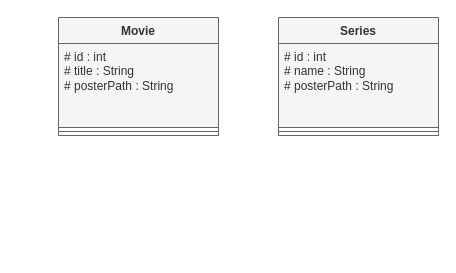
isunican/App-Movies-Grupo2 keeps this draw.io diagram as Docs/Models/domain.drawio. Above is the earlier version. Source tidied: cells renumbered, new cells numbered last; positions are measured from the earlier drawing's top-left corner, leaving out a move shared by most shapes. Both pictures are drawn from the tidied source at 100%, with x=0, y=0 at pixel (58, 17).
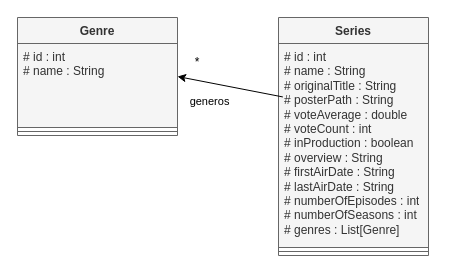
The same page after the edit.

Diff of the diagram source:
```diff
@@
 <mxGraphModel>
   <root>
     <mxCell id="0" />
     <mxCell id="1" parent="0" />
-    <mxCell id="2" value="Movie" style="swimlane;fontStyle=1;align=center;verticalAlign=top;horizontal=1;startSize=26;whiteSpace=wrap;html=1;fillColor=#f5f5f5;strokeColor=#666666;fontColor=#333333;" parent="1" vertex="1">
-      <mxGeometry width="160" height="118" as="geometry" />
-    </mxCell>
-    <mxCell id="3" value="# id : int&lt;div&gt;# title : String&lt;/div&gt;&lt;div&gt;# posterPath : String&lt;/div&gt;&lt;div&gt;&lt;br&gt;&lt;/div&gt;" style="text;strokeColor=#666666;fillColor=#f5f5f5;align=left;verticalAlign=top;spacingLeft=4;spacingRight=4;overflow=hidden;whiteSpace=wrap;html=1;fontColor=#333333;" parent="2" vertex="1">
-      <mxGeometry y="26" width="160" height="84" as="geometry" />
-    </mxCell>
-    <mxCell id="4" style="line;strokeWidth=1;fillColor=#f5f5f5;align=left;verticalAlign=middle;spacingTop=-1;spacingLeft=3;spacingRight=3;labelPosition=right;strokeColor=#666666;fontColor=#333333;" parent="2" vertex="1">
-      <mxGeometry y="110" width="160" height="8" as="geometry" />
-    </mxCell>
     <mxCell id="5" value="Series" style="swimlane;fontStyle=1;align=center;verticalAlign=top;horizontal=1;startSize=26;whiteSpace=wrap;html=1;fillColor=#f5f5f5;strokeColor=#666666;fontColor=#333333;" parent="1" vertex="1">
-      <mxGeometry x="220" width="160" height="118" as="geometry" />
+      <mxGeometry x="220" width="150" height="238" as="geometry" />
     </mxCell>
-    <mxCell id="6" value="# id : int&lt;div&gt;# name : String&lt;/div&gt;&lt;div&gt;# posterPath : String&lt;/div&gt;&lt;div&gt;&lt;br&gt;&lt;/div&gt;" style="text;strokeColor=#666666;fillColor=#f5f5f5;align=left;verticalAlign=top;spacingLeft=4;spacingRight=4;overflow=hidden;points=[[0,0.5],[1,0.5]];portConstraint=eastwest;whiteSpace=wrap;html=1;fontColor=#333333;" parent="5" vertex="1">
-      <mxGeometry y="26" width="160" height="84" as="geometry" />
+    <mxCell id="6" value="# id : int&lt;div&gt;# name : String&lt;/div&gt;&lt;div&gt;# originalTitle : String&lt;/div&gt;&lt;div&gt;# posterPath : String&lt;/div&gt;&lt;div&gt;# voteAverage : double&amp;nbsp;&lt;/div&gt;&lt;div&gt;# voteCount : int&lt;/div&gt;&lt;div&gt;# inProduction : boolean&lt;/div&gt;&lt;div&gt;# overview : String&lt;/div&gt;&lt;div&gt;# firstAirDate : String&lt;/div&gt;&lt;div&gt;# lastAirDate : String&lt;/div&gt;&lt;div&gt;# numberOfEpisodes : int&lt;/div&gt;&lt;div&gt;#&amp;nbsp;&lt;span style=&quot;background-color: transparent; color: light-dark(rgb(51, 51, 51), rgb(193, 193, 193));&quot;&gt;numberOfSeasons : int&lt;/span&gt;&lt;/div&gt;&lt;div&gt;# genres : List[Genre]&lt;/div&gt;" style="text;strokeColor=#666666;fillColor=#f5f5f5;align=left;verticalAlign=top;spacingLeft=4;spacingRight=4;overflow=hidden;points=[[0,0.5],[1,0.5]];portConstraint=eastwest;whiteSpace=wrap;html=1;fontColor=#333333;" parent="5" vertex="1">
+      <mxGeometry y="26" width="150" height="204" as="geometry" />
     </mxCell>
     <mxCell id="7" style="line;strokeWidth=1;fillColor=#f5f5f5;align=left;verticalAlign=middle;spacingTop=-1;spacingLeft=3;spacingRight=3;labelPosition=right;strokeColor=#666666;fontColor=#333333;" parent="5" vertex="1">
-      <mxGeometry y="110" width="160" height="8" as="geometry" />
+      <mxGeometry y="230" width="150" height="8" as="geometry" />
     </mxCell>
+    <mxCell id="8" value="Genre" style="swimlane;fontStyle=1;align=center;verticalAlign=top;horizontal=1;startSize=26;whiteSpace=wrap;html=1;fillColor=#f5f5f5;strokeColor=#666666;fontColor=#333333;" parent="1" vertex="1">
+      <mxGeometry x="-41" width="160" height="118" as="geometry" />
+    </mxCell>
+    <mxCell id="9" value="# id : int&lt;div&gt;# name : String&lt;/div&gt;" style="text;strokeColor=#666666;fillColor=#f5f5f5;align=left;verticalAlign=top;spacingLeft=4;spacingRight=4;overflow=hidden;whiteSpace=wrap;html=1;fontColor=#333333;" parent="8" vertex="1">
+      <mxGeometry y="26" width="160" height="84" as="geometry" />
+    </mxCell>
+    <mxCell id="4" style="line;strokeWidth=1;fillColor=#f5f5f5;align=left;verticalAlign=middle;spacingTop=-1;spacingLeft=3;spacingRight=3;labelPosition=right;strokeColor=#666666;fontColor=#333333;" parent="8" vertex="1">
+      <mxGeometry y="110" width="160" height="8" as="geometry" />
+    </mxCell>
+    <mxCell id="10" value="generos" style="endArrow=classic;html=1;rounded=0;exitX=0.029;exitY=0.262;exitDx=0;exitDy=0;exitPerimeter=0;entryX=1;entryY=0.5;entryDx=0;entryDy=0;" parent="1" edge="1" source="6" target="8">
+      <mxGeometry x="0.32" y="18" relative="1" as="geometry" />
+    </mxCell>
+    <mxCell id="11" value="*" style="text;html=1;whiteSpace=wrap;strokeColor=none;fillColor=none;align=center;verticalAlign=middle;rounded=0;" parent="1" vertex="1">
+      <mxGeometry x="109" y="30" width="60" height="30" as="geometry" />
+    </mxCell>
   </root>
 </mxGraphModel>
```
